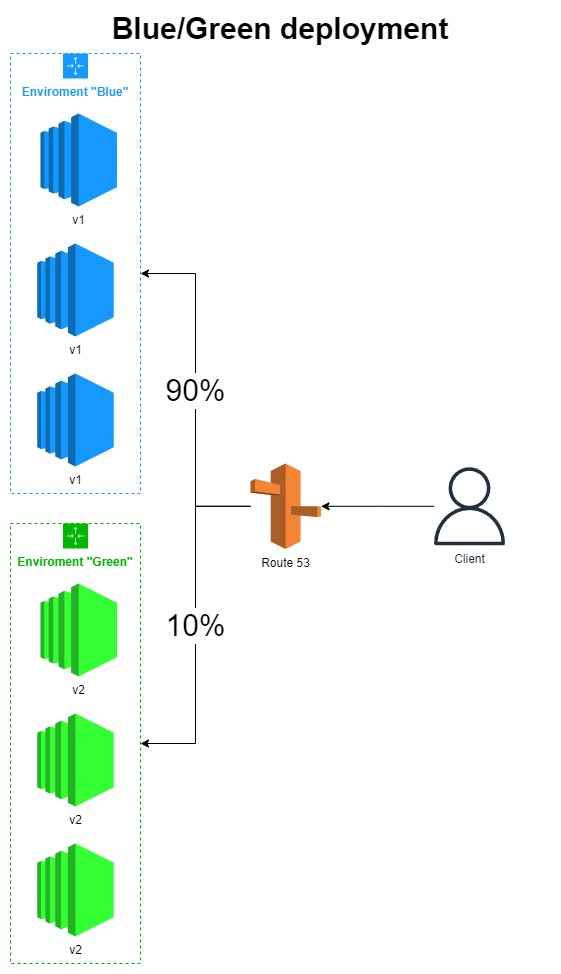
This is Images/AwsElasticBeanstalkBlueGreen.png from jeftegoes/AwsOverview, a draw.io export, as it was before one commit. Source tidied: cells renumbered, new cells last; positions are measured from the earlier drawing's top-left corner, leaving out a move shared by most shapes.
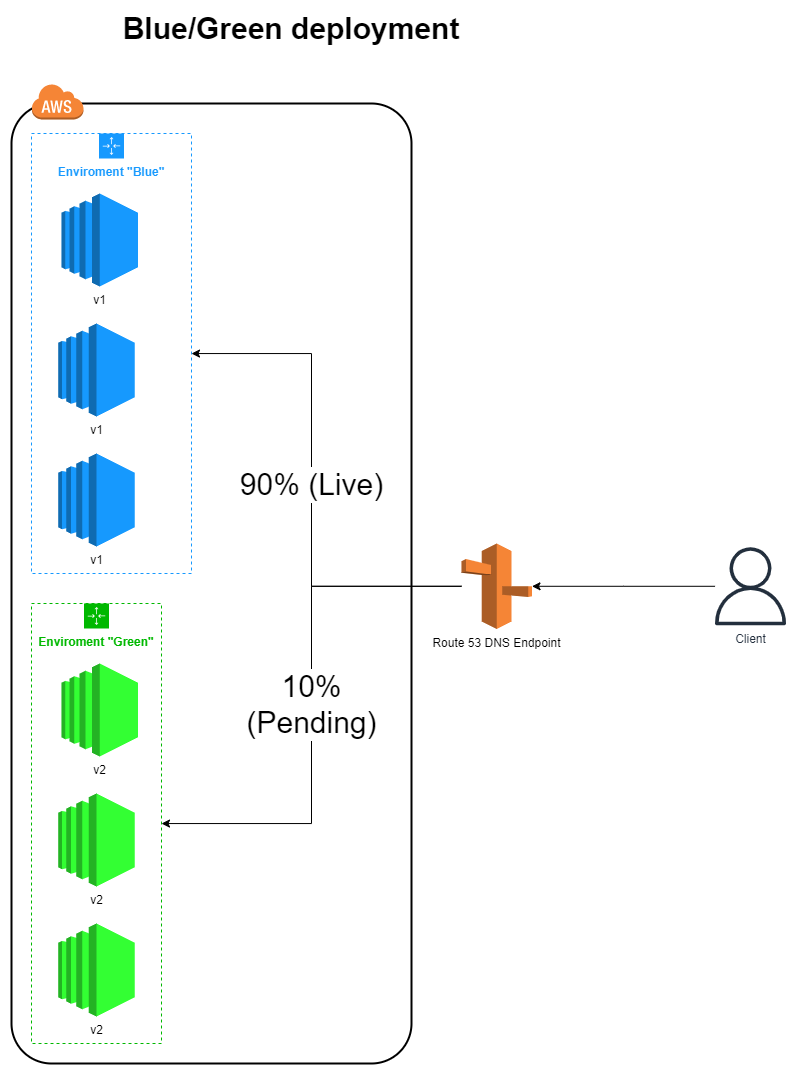
Later version of the same file.

The edit, as a diff of the source:
```diff
@@ -2,8 +2,11 @@
   <root>
     <mxCell id="0" />
     <mxCell id="1" parent="0" />
+    <mxCell id="16" style="rounded=1;arcSize=10;dashed=0;fillColor=none;gradientColor=none;strokeWidth=2;" parent="1" vertex="1">
+      <mxGeometry x="-20" y="10" width="400" height="960" as="geometry" />
+    </mxCell>
     <mxCell id="2" value="Enviroment &quot;Blue&quot;" style="points=[[0,0],[0.25,0],[0.5,0],[0.75,0],[1,0],[1,0.25],[1,0.5],[1,0.75],[1,1],[0.75,1],[0.5,1],[0.25,1],[0,1],[0,0.75],[0,0.5],[0,0.25]];outlineConnect=0;gradientColor=none;html=1;whiteSpace=wrap;fontSize=12;fontStyle=1;shape=mxgraph.aws4.groupCenter;grIcon=mxgraph.aws4.group_auto_scaling_group;grStroke=1;strokeColor=#1699fe;fillColor=none;verticalAlign=top;align=center;fontColor=#1699fe;dashed=1;spacingTop=25;" parent="1" vertex="1">
-      <mxGeometry y="40" width="130" height="440" as="geometry" />
+      <mxGeometry y="40" width="160" height="440" as="geometry" />
     </mxCell>
     <mxCell id="3" value="v1" style="dashed=0;verticalLabelPosition=bottom;verticalAlign=top;align=center;html=1;shape=mxgraph.aws3.ec2;fillColor=#1699fe;gradientColor=none;" parent="2" vertex="1">
       <mxGeometry x="30" y="60" width="76.5" height="93" as="geometry" />
@@ -26,23 +29,31 @@
     <mxCell id="9" value="v2" style="dashed=0;verticalLabelPosition=bottom;verticalAlign=top;align=center;html=1;shape=mxgraph.aws3.ec2;fillColor=#33ff33;gradientColor=none;" parent="6" vertex="1">
       <mxGeometry x="26.8" y="320" width="76.5" height="93" as="geometry" />
     </mxCell>
-    <mxCell id="10" value="90%" style="edgeStyle=orthogonalEdgeStyle;rounded=0;jettySize=auto;html=1;fontSize=30;" parent="1" edge="1" source="12" target="2">
-      <mxGeometry relative="1" as="geometry" />
+    <mxCell id="10" value="90% (Live)" style="edgeStyle=orthogonalEdgeStyle;rounded=0;jettySize=auto;html=1;fontSize=30;" parent="1" edge="1" source="12" target="2">
+      <mxGeometry relative="1" as="geometry">
+        <Array as="points">
+          <mxPoint x="280" y="493" />
+          <mxPoint x="280" y="260" />
+        </Array>
+      </mxGeometry>
     </mxCell>
-    <mxCell id="11" value="10%" style="edgeStyle=orthogonalEdgeStyle;rounded=0;jettySize=auto;html=1;fontSize=30;" parent="1" edge="1" source="12" target="6">
+    <mxCell id="11" value="10%&lt;br&gt;(Pending)" style="edgeStyle=orthogonalEdgeStyle;rounded=0;jettySize=auto;html=1;fontSize=30;" parent="1" edge="1" source="12" target="6">
       <mxGeometry relative="1" as="geometry" />
     </mxCell>
-    <mxCell id="12" value="Route 53" style="outlineConnect=0;dashed=0;verticalLabelPosition=bottom;verticalAlign=top;align=center;html=1;shape=mxgraph.aws3.route_53;fillColor=#F58536;gradientColor=none;" parent="1" vertex="1">
-      <mxGeometry x="240" y="450" width="70.5" height="85.5" as="geometry" />
+    <mxCell id="12" value="Route 53 DNS Endpoint" style="outlineConnect=0;dashed=0;verticalLabelPosition=bottom;verticalAlign=top;align=center;html=1;shape=mxgraph.aws3.route_53;fillColor=#F58536;gradientColor=none;" parent="1" vertex="1">
+      <mxGeometry x="430" y="450" width="70.5" height="85.5" as="geometry" />
     </mxCell>
     <mxCell id="13" style="edgeStyle=orthogonalEdgeStyle;rounded=0;jettySize=auto;html=1;" parent="1" edge="1" source="14" target="12">
       <mxGeometry relative="1" as="geometry" />
     </mxCell>
     <mxCell id="14" value="Client" style="sketch=0;outlineConnect=0;fontColor=#232F3E;gradientColor=none;fillColor=#232F3D;strokeColor=none;dashed=0;verticalLabelPosition=bottom;verticalAlign=top;align=center;html=1;fontSize=12;fontStyle=0;shape=mxgraph.aws4.user;" parent="1" vertex="1">
-      <mxGeometry x="420" y="453.8" width="78" height="78" as="geometry" />
+      <mxGeometry x="680" y="453.8" width="78" height="78" as="geometry" />
     </mxCell>
     <mxCell id="15" value="Blue/Green deployment" style="text;html=1;strokeColor=none;fillColor=none;align=center;verticalAlign=middle;whiteSpace=wrap;rounded=0;fontSize=30;fontStyle=1;" parent="1" vertex="1">
-      <mxGeometry width="540" height="30" as="geometry" />
+      <mxGeometry x="-10" y="-80" width="540" height="30" as="geometry" />
     </mxCell>
+    <mxCell id="17" style="dashed=0;html=1;shape=mxgraph.aws3.cloud;fillColor=#F58536;gradientColor=none;dashed=0;" parent="1" vertex="1">
+      <mxGeometry y="-10" width="52" height="36" as="geometry" />
+    </mxCell>
   </root>
 </mxGraphModel>
```
